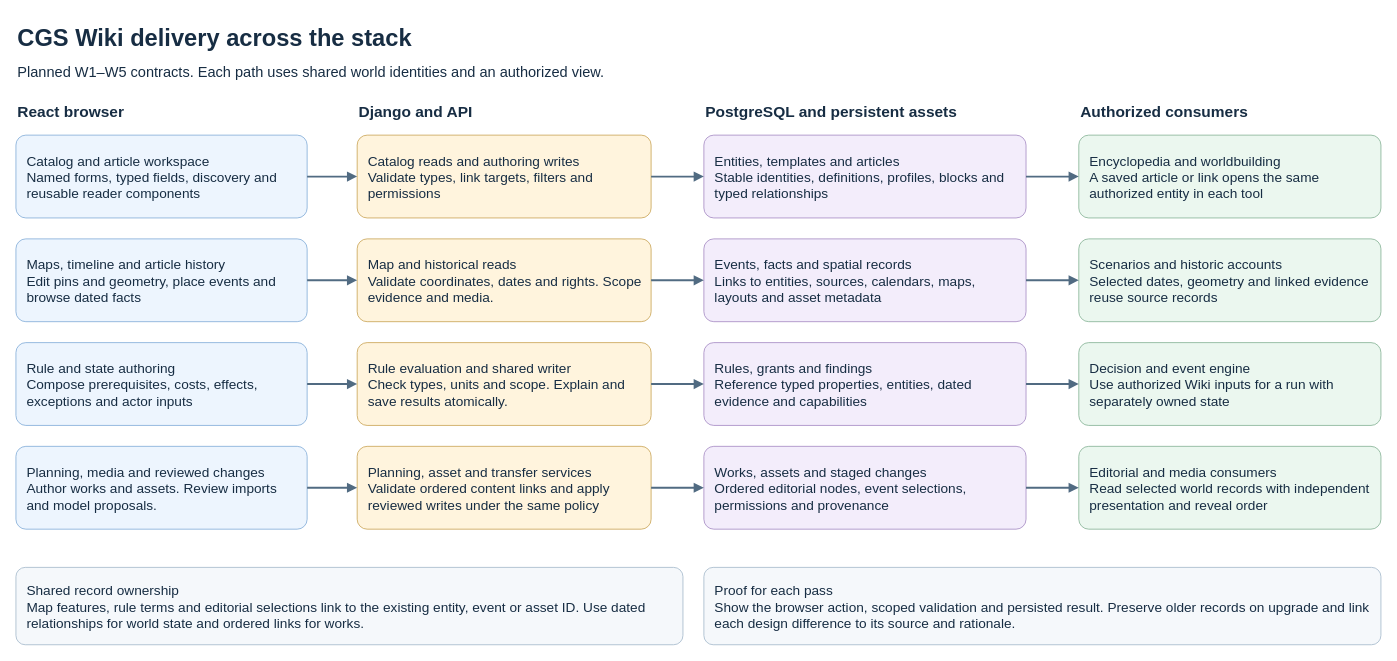
Before: page "Full Wiki delivery and consumers" (6 of 17) of docs/CGS_Codex_Local_Handoff/CGS_First_Playable_Architecture.drawio in DEVdaVinci/CGS-v1, a draw.io diagram. Source tidied: cells renumbered, new cells numbered last; positions are measured from the earlier drawing's top-left corner, leaving out a move shared by most shapes. Both pictures are drawn from the tidied source at 91%, with x=0, y=0 at pixel (15, 15).
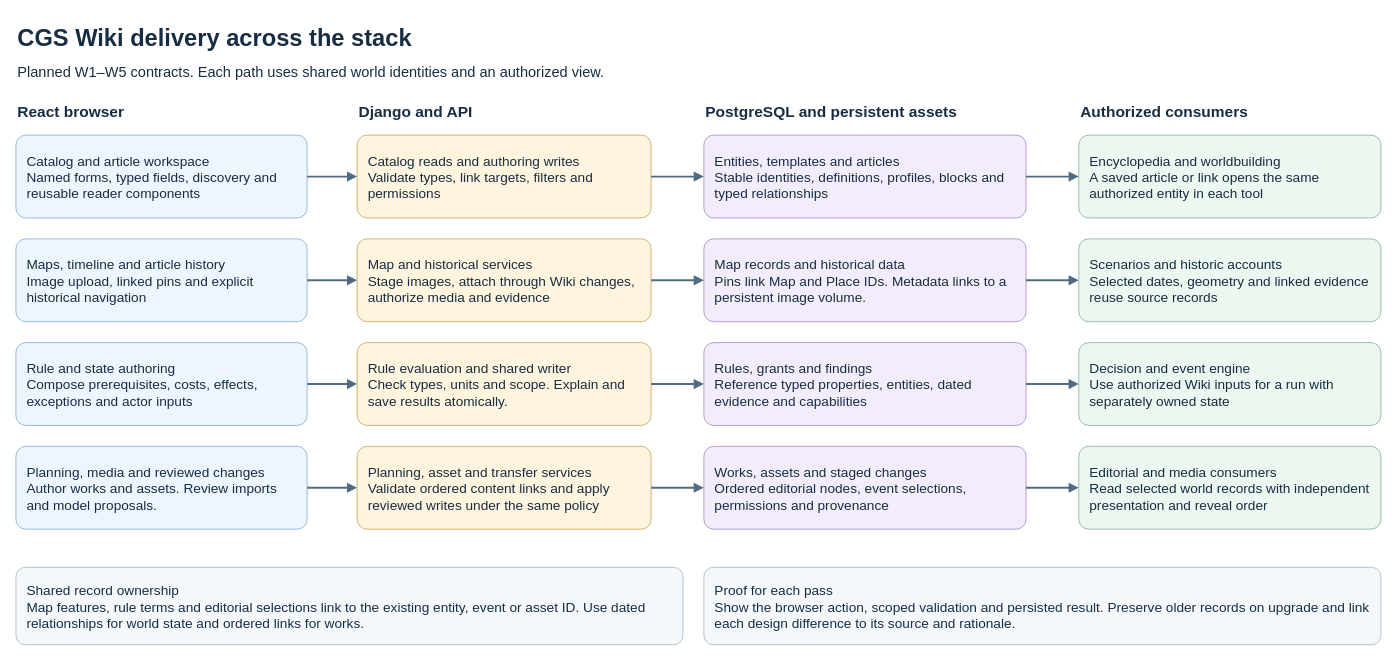
After the change.

Commit message (it also covers changes not shown here):
Trace shipped Wiki gaps and prepare the W1 revisions

What changed in the source:
```diff
@@
-    <mxCell id="12" value="Maps, timeline and article history&#10;Edit pins and geometry, place events and browse dated facts" style="rounded=1;arcSize=12;whiteSpace=wrap;align=left;verticalAlign=middle;spacing=12;fontSize=15;fillColor=#EDF5FE;strokeColor=#8EB4DC;fontColor=#172D43;" parent="1" vertex="1">
+    <mxCell id="12" value="Maps, timeline and article history&#10;Image upload, linked pins and explicit historical navigation" style="rounded=1;arcSize=12;whiteSpace=wrap;align=left;verticalAlign=middle;spacing=12;fontSize=15;fillColor=#EDF5FE;strokeColor=#8EB4DC;fontColor=#172D43;" parent="1" vertex="1">
       <mxGeometry y="245" width="320" height="91" as="geometry" />
     </mxCell>
-    <mxCell id="13" value="Map and historical reads&#10;Validate coordinates, dates and rights. Scope evidence and media." style="rounded=1;arcSize=12;whiteSpace=wrap;align=left;verticalAlign=middle;spacing=12;fontSize=15;fillColor=#FFF4DD;strokeColor=#CFAD65;fontColor=#172D43;" parent="1" vertex="1">
+    <mxCell id="13" value="Map and historical services&#10;Stage images, attach through Wiki changes, authorize media and evidence" style="rounded=1;arcSize=12;whiteSpace=wrap;align=left;verticalAlign=middle;spacing=12;fontSize=15;fillColor=#FFF4DD;strokeColor=#CFAD65;fontColor=#172D43;" parent="1" vertex="1">
       <mxGeometry x="375" y="245" width="323" height="91" as="geometry" />
     </mxCell>
-    <mxCell id="14" value="Events, facts and spatial records&#10;Links to entities, sources, calendars, maps, layouts and asset metadata" style="rounded=1;arcSize=12;whiteSpace=wrap;align=left;verticalAlign=middle;spacing=12;fontSize=15;fillColor=#F3EDFB;strokeColor=#AE96C9;fontColor=#172D43;" parent="1" vertex="1">
+    <mxCell id="14" value="Map records and historical data&#10;Pins link Map and Place IDs. Metadata links to a persistent image volume." style="rounded=1;arcSize=12;whiteSpace=wrap;align=left;verticalAlign=middle;spacing=12;fontSize=15;fillColor=#F3EDFB;strokeColor=#AE96C9;fontColor=#172D43;" parent="1" vertex="1">
       <mxGeometry x="756" y="245" width="354" height="91" as="geometry" />
     </mxCell>
```
